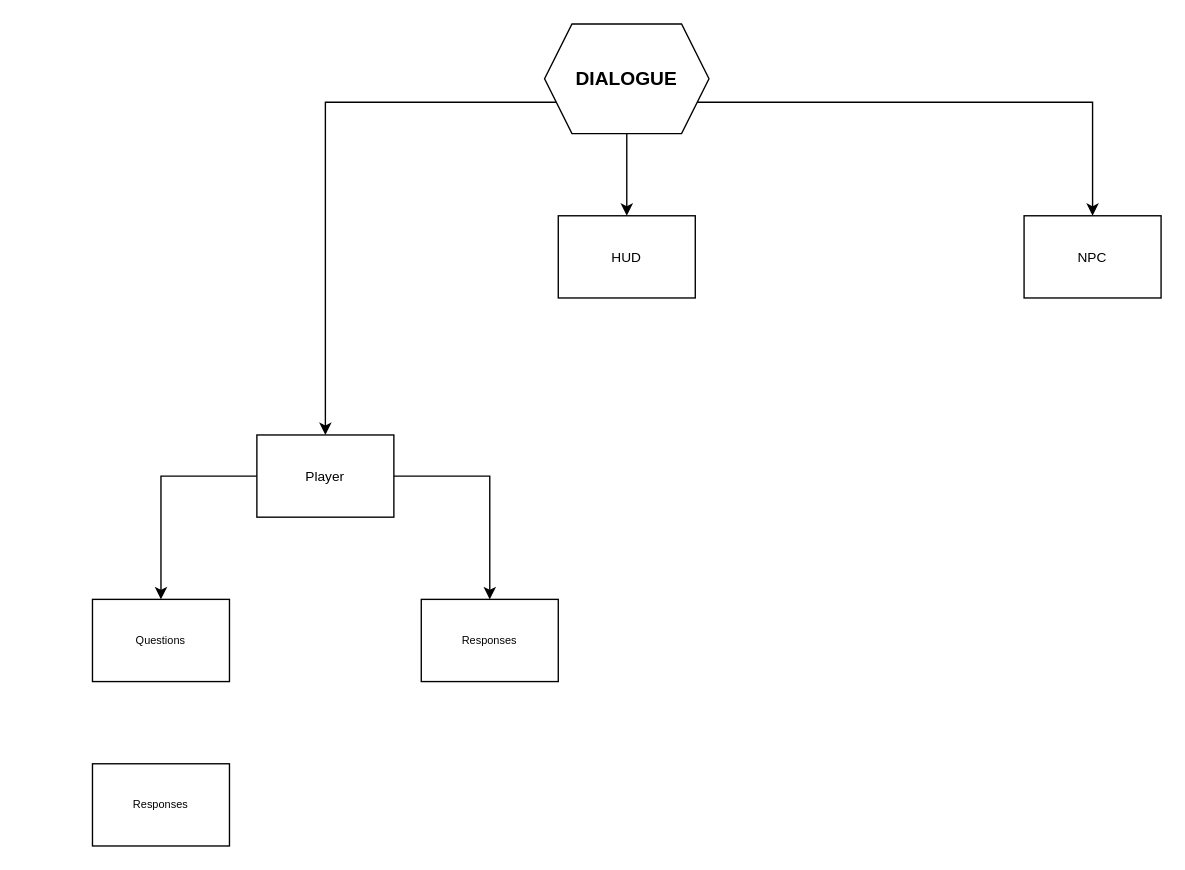
The draw.io diagram Notes/Charts/Dialogue.drawio in ChrisGlenn/Taelus, before the edit. Source tidied: cells renumbered, new cells numbered last; positions are measured from the earlier drawing's top-left corner, leaving out a move shared by most shapes. Both pictures are drawn from the tidied source at 137%, with x=0, y=0 at pixel (92, 23).
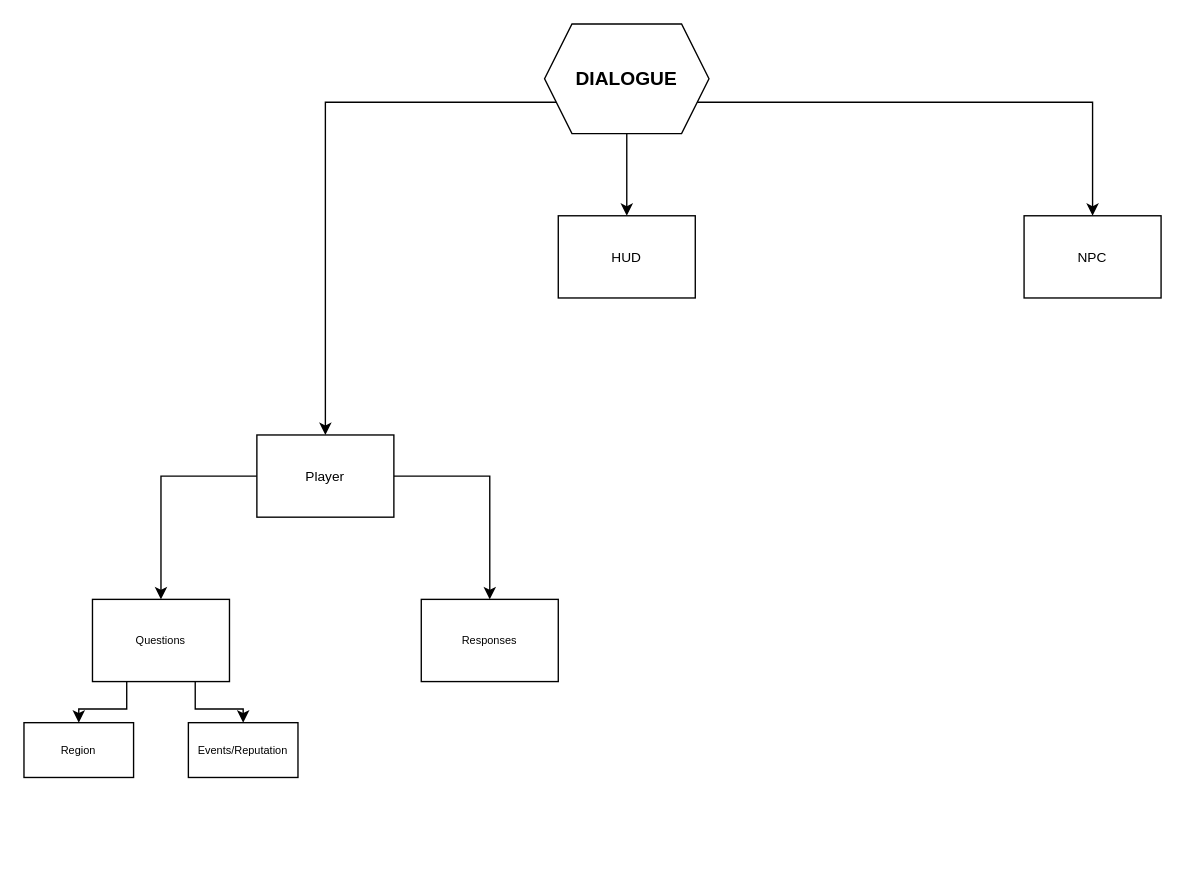
The same page after the edit.

Diff of the diagram source:
```diff
@@
 <mxGraphModel>
   <root>
     <mxCell id="0" />
     <mxCell id="1" parent="0" />
     <mxCell id="2" style="edgeStyle=orthogonalEdgeStyle;rounded=0;jettySize=auto;html=1;exitX=0;exitY=0.75;exitDx=0;exitDy=0;" parent="1" edge="1" source="5" target="8">
       <mxGeometry relative="1" as="geometry" />
     </mxCell>
     <mxCell id="3" style="edgeStyle=orthogonalEdgeStyle;rounded=0;jettySize=auto;html=1;exitX=1;exitY=0.75;exitDx=0;exitDy=0;entryX=0.5;entryY=0;entryDx=0;entryDy=0;" parent="1" edge="1" source="5" target="9">
       <mxGeometry relative="1" as="geometry" />
     </mxCell>
     <mxCell id="4" style="edgeStyle=orthogonalEdgeStyle;rounded=0;jettySize=auto;html=1;exitX=0.5;exitY=1;exitDx=0;exitDy=0;entryX=0.5;entryY=0;entryDx=0;entryDy=0;" parent="1" edge="1" source="5" target="10">
       <mxGeometry relative="1" as="geometry" />
     </mxCell>
     <mxCell id="5" value="DIALOGUE" style="shape=hexagon;perimeter=hexagonPerimeter2;whiteSpace=wrap;html=1;fixedSize=1;fontSize=14;fontStyle=1;" parent="1" vertex="1">
       <mxGeometry x="330" width="120" height="80" as="geometry" />
     </mxCell>
     <mxCell id="6" style="edgeStyle=orthogonalEdgeStyle;rounded=0;jettySize=auto;html=1;exitX=0;exitY=0.5;exitDx=0;exitDy=0;entryX=0.5;entryY=0;entryDx=0;entryDy=0;" parent="1" edge="1" source="8" target="11">
       <mxGeometry relative="1" as="geometry" />
     </mxCell>
     <mxCell id="7" style="edgeStyle=orthogonalEdgeStyle;rounded=0;jettySize=auto;html=1;exitX=1;exitY=0.5;exitDx=0;exitDy=0;entryX=0.5;entryY=0;entryDx=0;entryDy=0;" parent="1" edge="1" source="8" target="12">
       <mxGeometry relative="1" as="geometry" />
     </mxCell>
     <mxCell id="8" value="Player" style="rounded=0;whiteSpace=wrap;html=1;fontSize=10;" parent="1" vertex="1">
       <mxGeometry x="120" y="300" width="100" height="60" as="geometry" />
     </mxCell>
     <mxCell id="9" value="NPC" style="rounded=0;whiteSpace=wrap;html=1;fontSize=10;" parent="1" vertex="1">
       <mxGeometry x="680" y="140" width="100" height="60" as="geometry" />
     </mxCell>
     <mxCell id="10" value="HUD" style="rounded=0;whiteSpace=wrap;html=1;fontSize=10;" parent="1" vertex="1">
       <mxGeometry x="340" y="140" width="100" height="60" as="geometry" />
     </mxCell>
+    <mxCell id="14" style="edgeStyle=orthogonalEdgeStyle;rounded=0;jettySize=auto;html=1;exitX=0.25;exitY=1;exitDx=0;exitDy=0;entryX=0.5;entryY=0;entryDx=0;entryDy=0;" parent="1" edge="1" source="11" target="13">
+      <mxGeometry relative="1" as="geometry" />
+    </mxCell>
+    <mxCell id="15" style="edgeStyle=orthogonalEdgeStyle;rounded=0;jettySize=auto;html=1;exitX=0.75;exitY=1;exitDx=0;exitDy=0;entryX=0.5;entryY=0;entryDx=0;entryDy=0;" parent="1" edge="1" source="11" target="16">
+      <mxGeometry relative="1" as="geometry" />
+    </mxCell>
     <mxCell id="11" value="Questions" style="rounded=0;whiteSpace=wrap;html=1;fontSize=8;" parent="1" vertex="1">
       <mxGeometry y="420" width="100" height="60" as="geometry" />
     </mxCell>
     <mxCell id="12" value="Responses" style="rounded=0;whiteSpace=wrap;html=1;fontSize=8;" parent="1" vertex="1">
       <mxGeometry x="240" y="420" width="100" height="60" as="geometry" />
     </mxCell>
-    <mxCell id="13" value="Responses" style="rounded=0;whiteSpace=wrap;html=1;fontSize=8;" parent="1" vertex="1">
-      <mxGeometry y="540" width="100" height="60" as="geometry" />
+    <mxCell id="13" value="Region" style="rounded=0;whiteSpace=wrap;html=1;fontSize=8;" parent="1" vertex="1">
+      <mxGeometry x="-50" y="510" width="80" height="40" as="geometry" />
     </mxCell>
+    <mxCell id="16" value="Events/Reputation" style="rounded=0;whiteSpace=wrap;html=1;fontSize=8;" parent="1" vertex="1">
+      <mxGeometry x="70" y="510" width="80" height="40" as="geometry" />
+    </mxCell>
   </root>
 </mxGraphModel>
```
